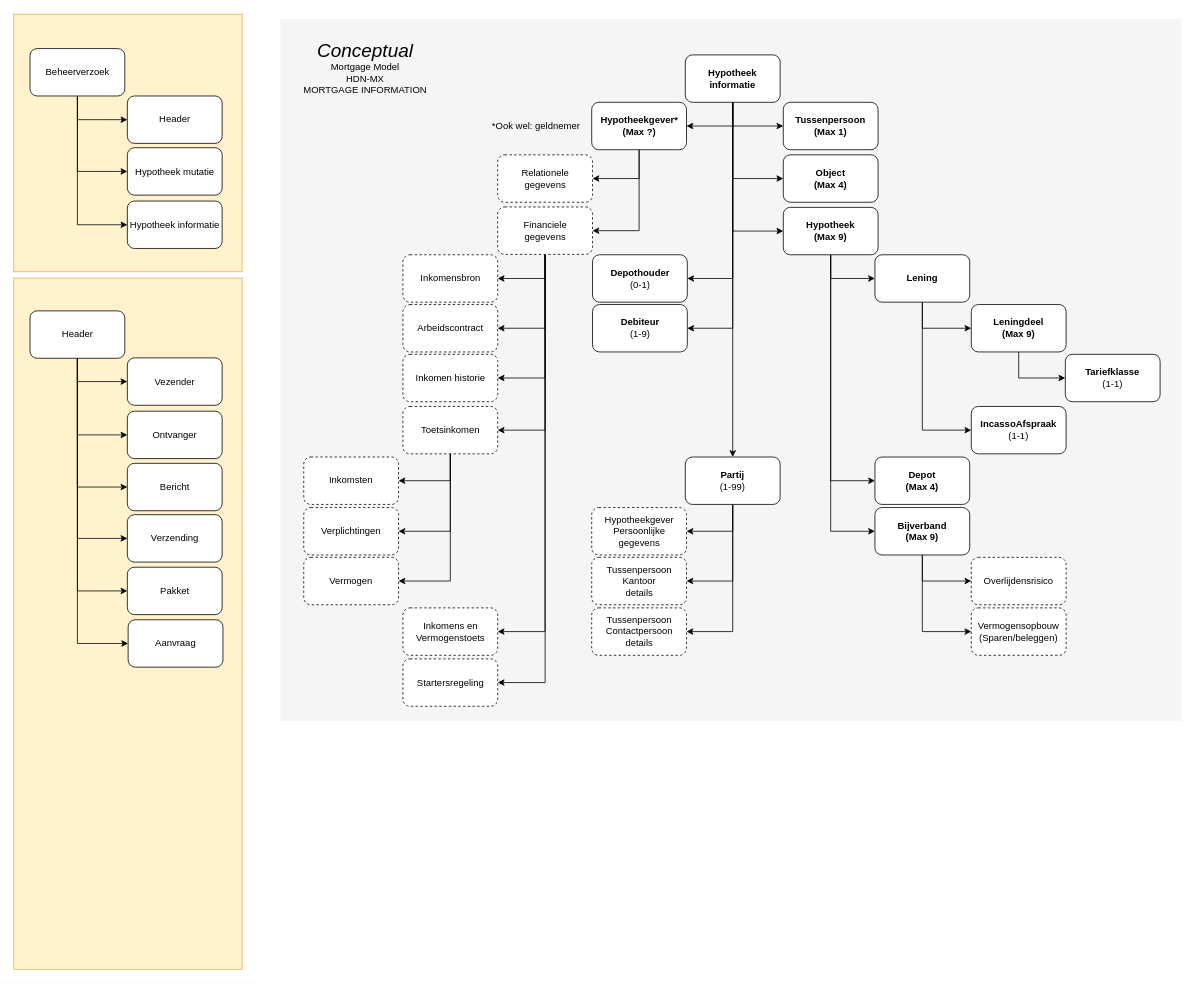
The draw.io diagram page "beheer-informatie" (2 of 15) of 3rdPartyDatasharing-HDN-MX-SX.drawio in luchthandel/diagrams, before the edit. Source tidied: cells renumbered, new cells numbered last; positions are measured from the earlier drawing's top-left corner, leaving out a move shared by most shapes. Both pictures are drawn from the tidied source at 79%, with x=0, y=0 at pixel (13, 13).
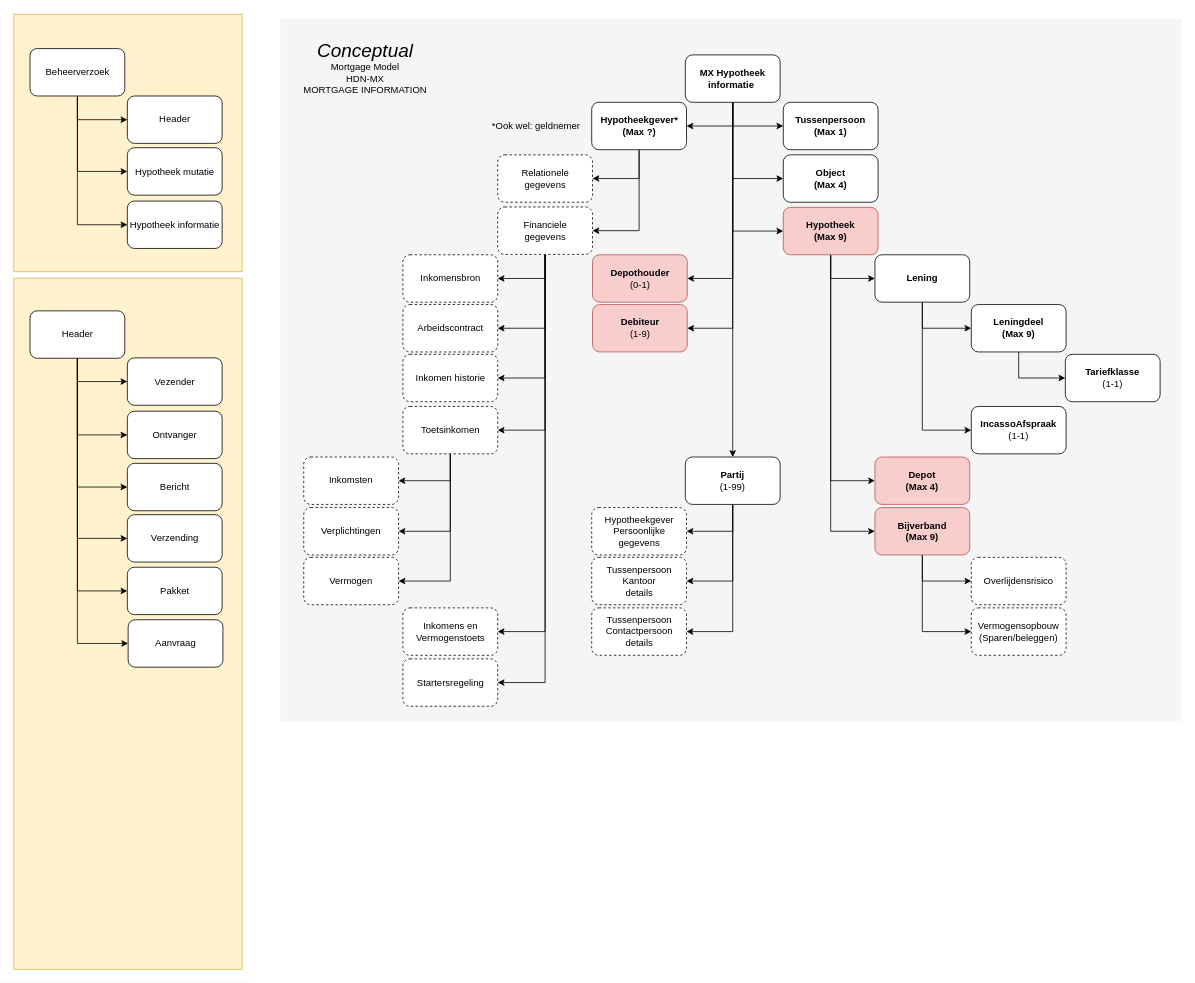
Above is the later version.

Diff of the diagram source:
```diff
@@
-    <mxCell id="10" value="&lt;b&gt;Hypotheek&lt;br&gt;(Max 9)&lt;br&gt;&lt;/b&gt;" style="rounded=1;whiteSpace=wrap;html=1;" parent="1" vertex="1">
+    <mxCell id="10" value="&lt;b&gt;Hypotheek&lt;br&gt;(Max 9)&lt;br&gt;&lt;/b&gt;" style="rounded=1;whiteSpace=wrap;html=1;fillColor=#f8cecc;strokeColor=#b85450;" parent="1" vertex="1">
       <mxGeometry x="974" y="245" width="120" height="60" as="geometry" />
     </mxCell>
@@
-    <mxCell id="26" value="&lt;b&gt;Hypotheek&lt;br&gt;informatie&lt;/b&gt;" style="rounded=1;whiteSpace=wrap;html=1;" parent="1" vertex="1">
+    <mxCell id="26" value="&lt;b&gt;MX Hypotheek&lt;br&gt;informatie&amp;nbsp;&lt;/b&gt;" style="rounded=1;whiteSpace=wrap;html=1;" parent="1" vertex="1">
       <mxGeometry x="850" y="52" width="120" height="60" as="geometry" />
     </mxCell>
@@
-    <mxCell id="49" value="&lt;b&gt;Depot&lt;br&gt;(Max 4)&lt;br&gt;&lt;/b&gt;" style="rounded=1;whiteSpace=wrap;html=1;" parent="1" vertex="1">
+    <mxCell id="49" value="&lt;b&gt;Depot&lt;br&gt;(Max 4)&lt;br&gt;&lt;/b&gt;" style="rounded=1;whiteSpace=wrap;html=1;fillColor=#f8cecc;strokeColor=#b85450;" parent="1" vertex="1">
       <mxGeometry x="1090" y="561" width="120" height="60" as="geometry" />
     </mxCell>
@@
-    <mxCell id="75" value="&lt;b&gt;Bijverband&lt;br&gt;(Max 9)&lt;br&gt;&lt;/b&gt;" style="rounded=1;whiteSpace=wrap;html=1;" parent="1" vertex="1">
+    <mxCell id="75" value="&lt;b&gt;Bijverband&lt;br&gt;(Max 9)&lt;br&gt;&lt;/b&gt;" style="rounded=1;whiteSpace=wrap;html=1;fillColor=#f8cecc;strokeColor=#b85450;" parent="1" vertex="1">
       <mxGeometry x="1090" y="625" width="120" height="60" as="geometry" />
     </mxCell>
@@
-    <mxCell id="81" value="&lt;b&gt;Debiteur&lt;br&gt;&lt;/b&gt;(1-9)&lt;b&gt;&lt;br&gt;&lt;/b&gt;" style="rounded=1;whiteSpace=wrap;html=1;" parent="1" vertex="1">
+    <mxCell id="81" value="&lt;b&gt;Debiteur&lt;br&gt;&lt;/b&gt;(1-9)&lt;b&gt;&lt;br&gt;&lt;/b&gt;" style="rounded=1;whiteSpace=wrap;html=1;fillColor=#f8cecc;strokeColor=#b85450;" parent="1" vertex="1">
       <mxGeometry x="732.5" y="368" width="120" height="60" as="geometry" />
     </mxCell>
-    <mxCell id="82" value="&lt;b&gt;Depothouder&lt;br&gt;&lt;/b&gt;(0-1)&lt;b&gt;&lt;br&gt;&lt;/b&gt;" style="rounded=1;whiteSpace=wrap;html=1;" parent="1" vertex="1">
+    <mxCell id="82" value="&lt;b&gt;Depothouder&lt;br&gt;&lt;/b&gt;(0-1)&lt;b&gt;&lt;br&gt;&lt;/b&gt;" style="rounded=1;whiteSpace=wrap;html=1;fillColor=#f8cecc;strokeColor=#b85450;" parent="1" vertex="1">
       <mxGeometry x="732.5" y="305" width="120" height="60" as="geometry" />
     </mxCell>
```
